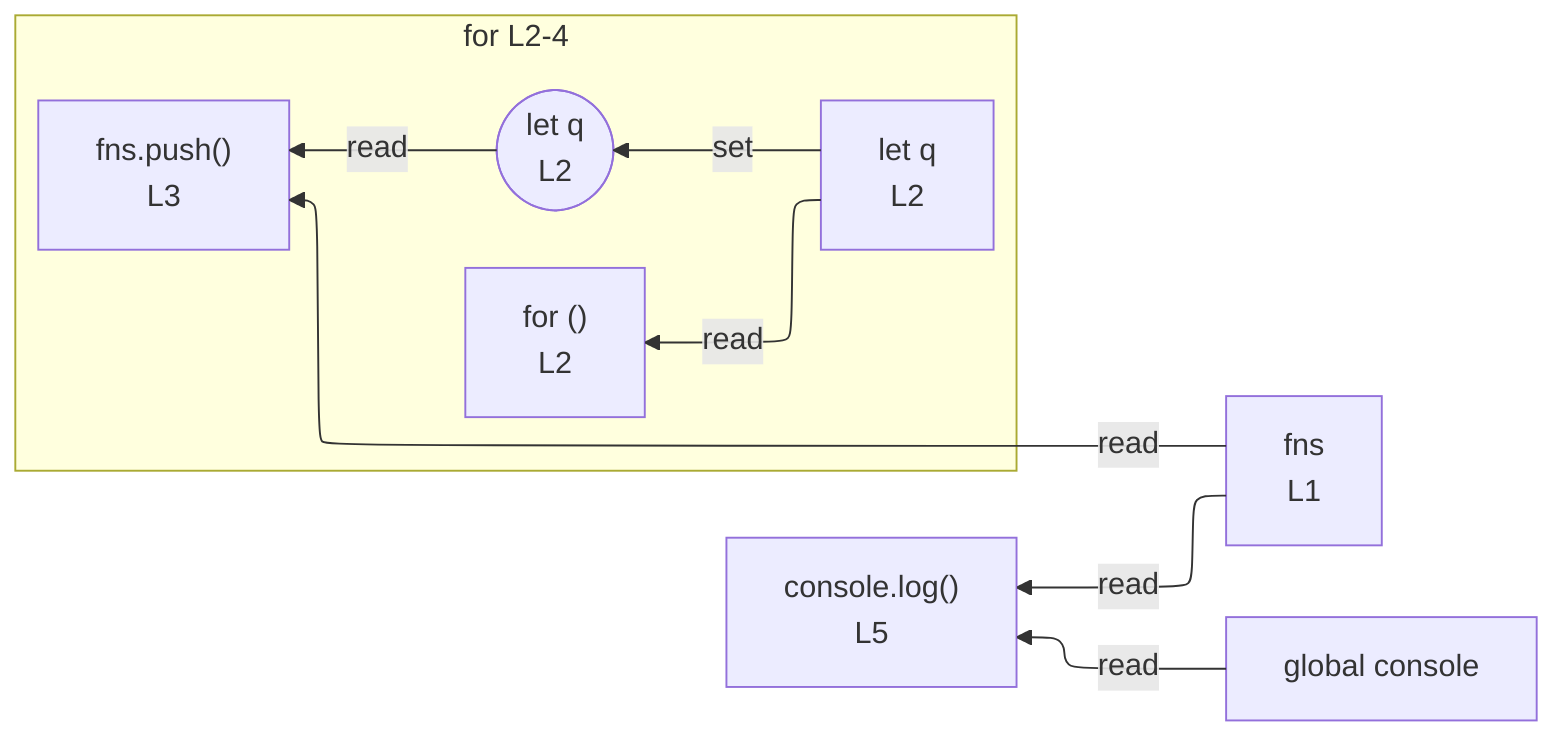
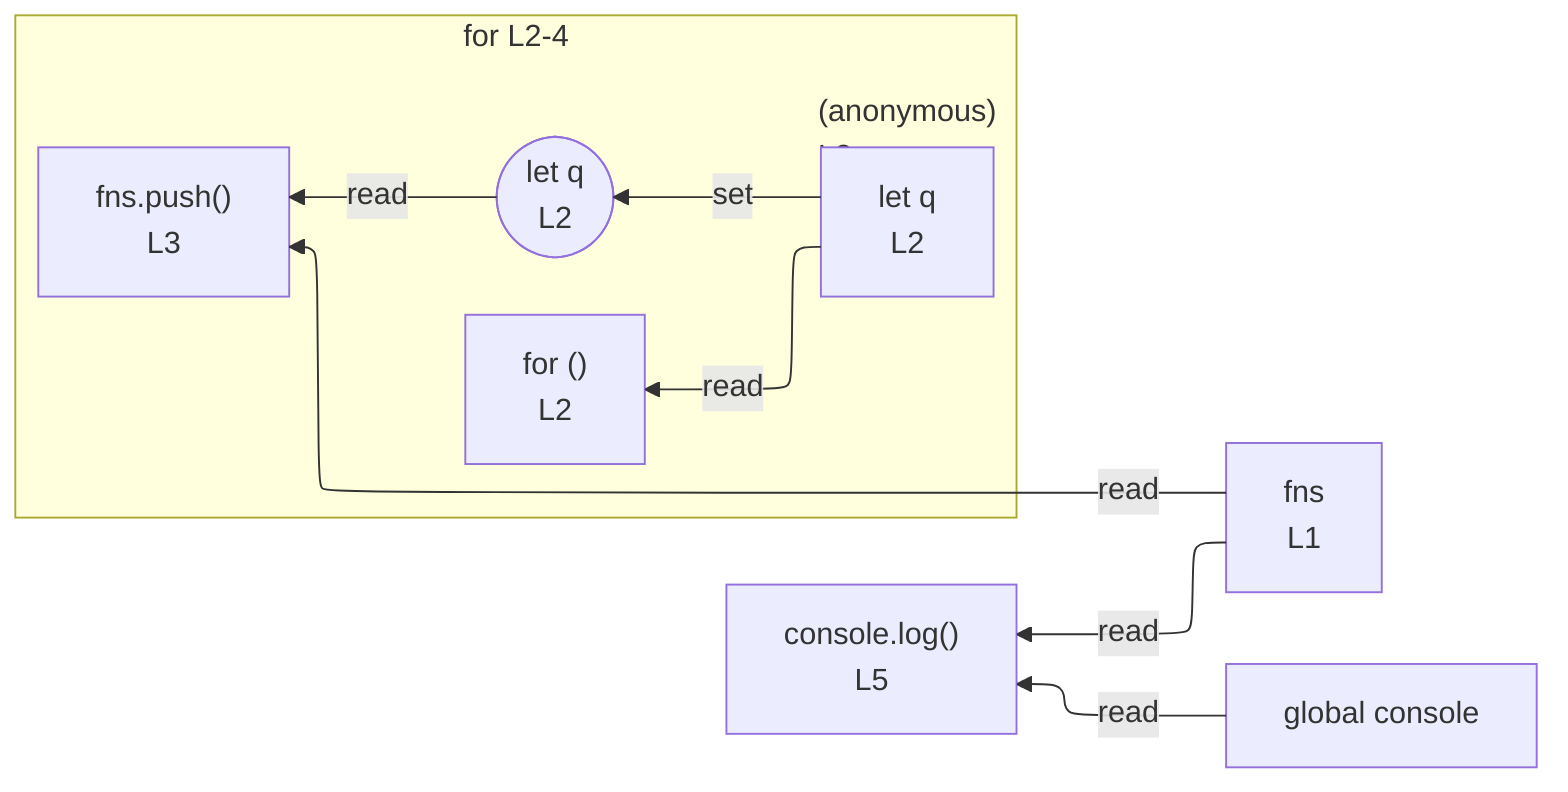
%%{init: {"flowchart": {"defaultRenderer": "elk"}}}%%
flowchart RL
  n_scope_0_fns_6["fns<br/>L1"]
  n_scope_0_console_87["global console"]
  subgraph s_scope_1["for L2-4"]
    direction RL
    for_test_scope_0_34["for ()<br/>L2"]
    n_scope_1_q_43["let q<br/>L2"]
    wr_ref_3(["let q<br/>L2"])
    expr_stmt_66["fns.push()<br/>L3"]
+     subgraph s_scope_3["(anonymous)<br/>L3"]
+       direction RL
+     end
  end
  n_scope_1_q_43 -->|set| wr_ref_3
  n_scope_1_q_43 -->|read| for_test_scope_0_34
  n_scope_0_fns_6 -->|read| expr_stmt_66
  wr_ref_3 -->|read| expr_stmt_66
  n_scope_0_console_87 -->|read| expr_stmt_87
  n_scope_0_fns_6 -->|read| expr_stmt_87
  expr_stmt_87["console.log()<br/>L5"]
